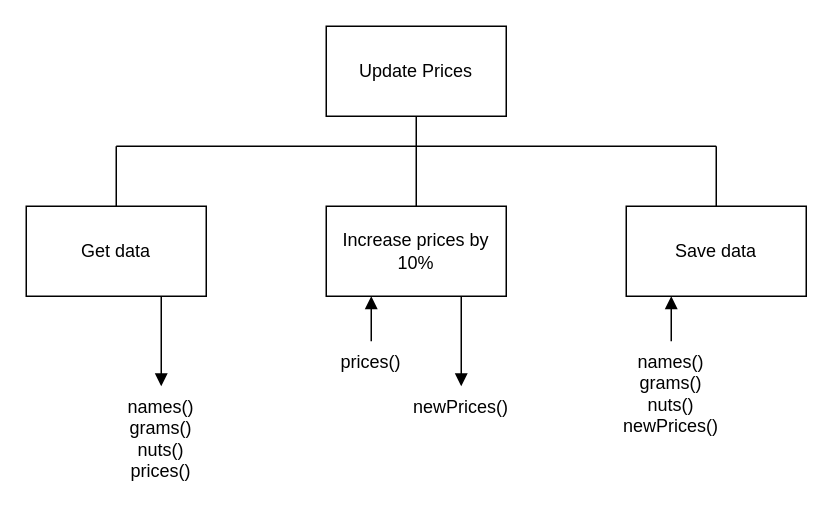
Earlier version of the draw.io diagram higher/H-SDD-Update-Prices/assets/H-SDD-Update-Prices.drawio (MrFriendCS/MrFriendCS.github.io). Source tidied: cells renumbered, new cells numbered last; positions are measured from the earlier drawing's top-left corner, leaving out a move shared by most shapes. Both pictures are drawn from the tidied source at 150%, with x=0, y=0 at pixel (26, 26).
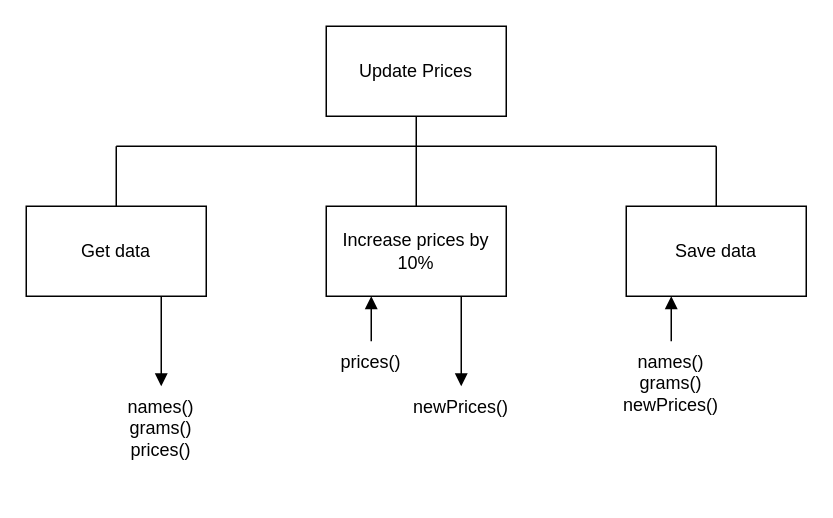
The same diagram, later.

The edit, as a diff of the source:
```diff
@@
-    <mxCell id="14" value="names()&lt;br&gt;grams()&lt;br&gt;nuts()&lt;div&gt;prices()&lt;/div&gt;" style="text;html=1;strokeColor=none;fillColor=none;align=center;verticalAlign=top;whiteSpace=wrap;rounded=0;" parent="1" vertex="1">
-      <mxGeometry x="40" y="240" width="100" height="70" as="geometry" />
+    <mxCell id="14" value="names()&lt;br&gt;grams()&lt;br&gt;&lt;div&gt;prices()&lt;/div&gt;" style="text;html=1;strokeColor=none;fillColor=none;align=center;verticalAlign=top;whiteSpace=wrap;rounded=0;" parent="1" vertex="1">
+      <mxGeometry x="40" y="240" width="100" height="60" as="geometry" />
     </mxCell>
@@
-    <mxCell id="17" value="names()&lt;br&gt;grams()&lt;br&gt;nuts()&lt;div&gt;newPrices()&lt;/div&gt;" style="text;html=1;strokeColor=none;fillColor=none;align=center;verticalAlign=top;whiteSpace=wrap;rounded=0;" parent="1" vertex="1">
-      <mxGeometry x="380" y="210" width="100" height="70" as="geometry" />
+    <mxCell id="17" value="names()&lt;br&gt;grams()&lt;br&gt;&lt;div&gt;newPrices()&lt;/div&gt;" style="text;html=1;strokeColor=none;fillColor=none;align=center;verticalAlign=top;whiteSpace=wrap;rounded=0;" parent="1" vertex="1">
+      <mxGeometry x="380" y="210" width="100" height="60" as="geometry" />
     </mxCell>
```
